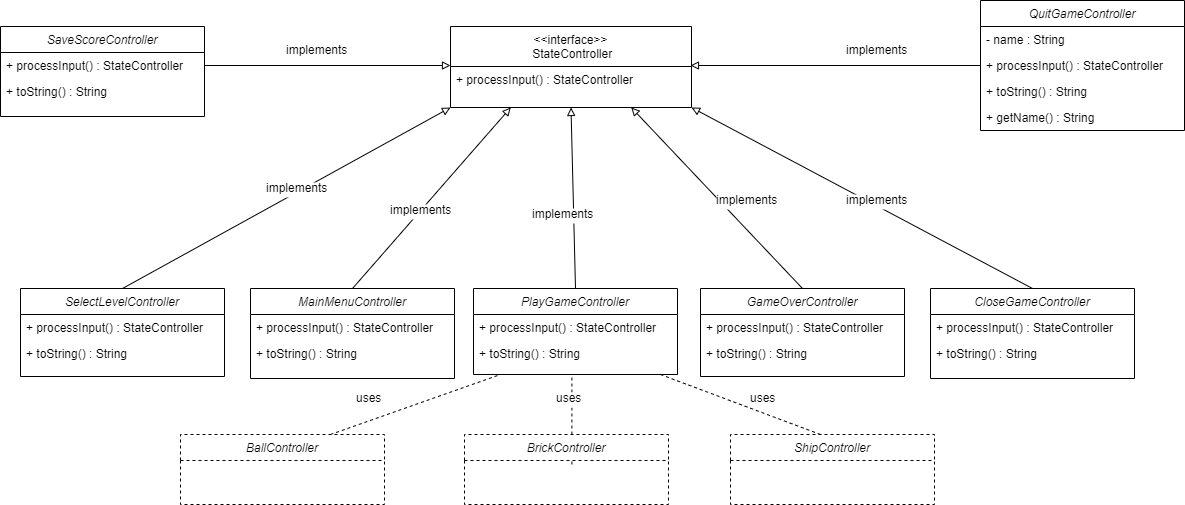
The draw.io diagram docs/state.png in ricardofdc/LPOO_19-20, before a commit. Source tidied: cells renumbered, new cells last; positions are measured from the earlier drawing's top-left corner, leaving out a move shared by most shapes.
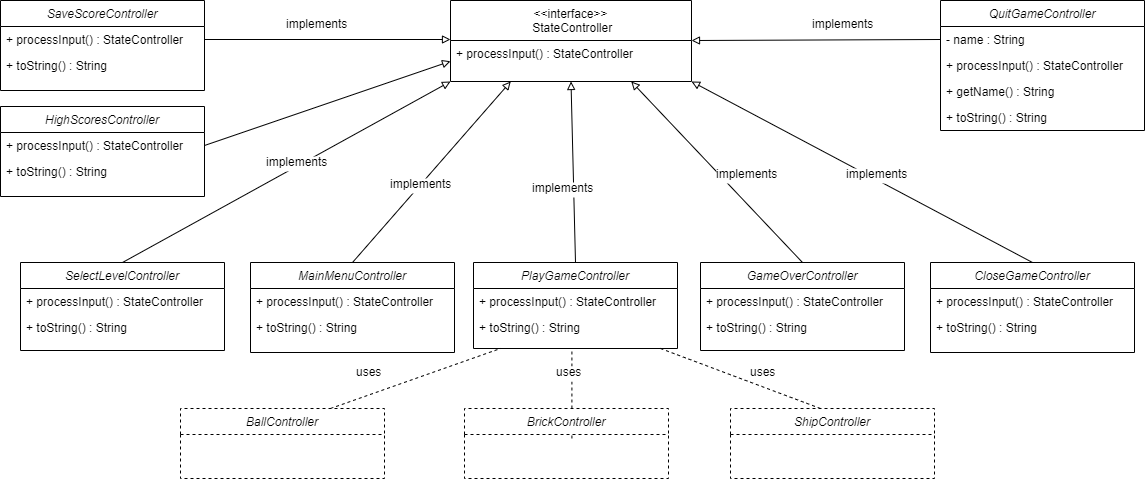
The same file after the commit.

Commit message:
update state diagram

Diff of the diagram source:
```diff
@@ -127,32 +127,15 @@
         <mxPoint x="450" y="65" as="targetPoint" />
       </mxGeometry>
     </mxCell>
-    <mxCell id="39" style="edgeStyle=orthogonalEdgeStyle;rounded=0;jettySize=auto;html=1;exitX=0;exitY=0.5;exitDx=0;exitDy=0;endArrow=block;endFill=0;" parent="1" edge="1" source="45">
-      <mxGeometry relative="1" as="geometry">
-        <mxPoint x="690" y="65" as="targetPoint" />
-      </mxGeometry>
-    </mxCell>
     <mxCell id="40" value="+ getName() : String" style="text;align=left;verticalAlign=top;spacingLeft=4;spacingRight=4;overflow=hidden;rounded=0;shadow=0;html=0;" parent="1" vertex="1">
-      <mxGeometry x="980" y="104" width="204" height="26" as="geometry" />
+      <mxGeometry x="940" y="104" width="204" height="26" as="geometry" />
     </mxCell>
     <mxCell id="41" value="implements" style="text;align=left;verticalAlign=top;spacingLeft=4;spacingRight=4;overflow=hidden;labelBackgroundColor=#ffffff;" parent="1" vertex="1">
       <mxGeometry x="280" y="36" width="80" height="26" as="geometry" />
     </mxCell>
     <mxCell id="42" value="implements" style="text;align=left;verticalAlign=top;spacingLeft=4;spacingRight=4;overflow=hidden;labelBackgroundColor=#ffffff;" parent="1" vertex="1">
-      <mxGeometry x="840" y="36" width="80" height="26" as="geometry" />
+      <mxGeometry x="806" y="36" width="80" height="26" as="geometry" />
     </mxCell>
-    <mxCell id="43" value="QuitGameController" style="swimlane;fontStyle=2;align=center;verticalAlign=top;horizontal=1;startSize=26;rounded=0;shadow=0;strokeWidth=1;" parent="1" vertex="1">
-      <mxGeometry x="980" width="204" height="130" as="geometry" />
-    </mxCell>
-    <mxCell id="44" value="- name : String" style="text;align=left;verticalAlign=top;spacingLeft=4;spacingRight=4;overflow=hidden;points=[[0,0.5],[1,0.5]];portConstraint=eastwest;rounded=0;shadow=0;html=0;" parent="43" vertex="1">
-      <mxGeometry y="26" width="204" height="26" as="geometry" />
-    </mxCell>
-    <mxCell id="45" value="+ processInput() : StateController" style="text;align=left;verticalAlign=top;spacingLeft=4;spacingRight=4;overflow=hidden;points=[[0,0.5],[1,0.5]];portConstraint=eastwest;" parent="43" vertex="1">
-      <mxGeometry y="52" width="204" height="26" as="geometry" />
-    </mxCell>
-    <mxCell id="46" value="+ toString() : String" style="text;align=left;verticalAlign=top;spacingLeft=4;spacingRight=4;overflow=hidden;rounded=0;shadow=0;html=0;" parent="43" vertex="1">
-      <mxGeometry y="78" width="204" height="26" as="geometry" />
-    </mxCell>
     <mxCell id="47" value="implements" style="text;align=left;verticalAlign=top;spacingLeft=4;spacingRight=4;overflow=hidden;labelBackgroundColor=#ffffff;" parent="1" vertex="1">
       <mxGeometry x="384" y="196" width="80" height="26" as="geometry" />
     </mxCell>
@@ -165,5 +148,32 @@
     <mxCell id="50" value="implements" style="text;align=left;verticalAlign=top;spacingLeft=4;spacingRight=4;overflow=hidden;labelBackgroundColor=#ffffff;" parent="1" vertex="1">
       <mxGeometry x="840" y="186" width="80" height="26" as="geometry" />
     </mxCell>
+    <mxCell id="51" value="HighScoresController" style="swimlane;fontStyle=2;align=center;verticalAlign=top;horizontal=1;startSize=26;rounded=0;shadow=0;strokeWidth=1;" parent="1" vertex="1">
+      <mxGeometry y="132" width="204" height="90" as="geometry" />
+    </mxCell>
+    <mxCell id="52" value="+ processInput() : StateController" style="text;align=left;verticalAlign=top;spacingLeft=4;spacingRight=4;overflow=hidden;points=[[0,0.5],[1,0.5]];portConstraint=eastwest;" parent="51" vertex="1">
+      <mxGeometry y="26" width="204" height="26" as="geometry" />
+    </mxCell>
+    <mxCell id="53" value="+ toString() : String" style="text;align=left;verticalAlign=top;spacingLeft=4;spacingRight=4;overflow=hidden;rounded=0;shadow=0;html=0;" parent="51" vertex="1">
+      <mxGeometry y="52" width="204" height="26" as="geometry" />
+    </mxCell>
+    <mxCell id="54" style="rounded=0;jettySize=auto;html=1;exitX=1;exitY=0.5;exitDx=0;exitDy=0;endArrow=block;endFill=0;entryX=0;entryY=0.75;entryDx=0;entryDy=0;" parent="1" edge="1" source="52" target="25">
+      <mxGeometry relative="1" as="geometry" />
+    </mxCell>
+    <mxCell id="55" style="edgeStyle=none;rounded=0;jettySize=auto;html=1;exitX=0;exitY=0.5;exitDx=0;exitDy=0;endArrow=block;endFill=0;" parent="1" edge="1" source="44" target="25">
+      <mxGeometry relative="1" as="geometry" />
+    </mxCell>
+    <mxCell id="46" value="+ toString() : String" style="text;align=left;verticalAlign=top;spacingLeft=4;spacingRight=4;overflow=hidden;rounded=0;shadow=0;html=0;" parent="1" vertex="1">
+      <mxGeometry x="940" y="130" width="204" height="26" as="geometry" />
+    </mxCell>
+    <mxCell id="43" value="QuitGameController" style="swimlane;fontStyle=2;align=center;verticalAlign=top;horizontal=1;startSize=26;rounded=0;shadow=0;strokeWidth=1;" parent="1" vertex="1">
+      <mxGeometry x="940" y="26" width="204" height="130" as="geometry" />
+    </mxCell>
+    <mxCell id="44" value="- name : String" style="text;align=left;verticalAlign=top;spacingLeft=4;spacingRight=4;overflow=hidden;points=[[0,0.5],[1,0.5]];portConstraint=eastwest;rounded=0;shadow=0;html=0;" parent="43" vertex="1">
+      <mxGeometry y="26" width="204" height="26" as="geometry" />
+    </mxCell>
+    <mxCell id="45" value="+ processInput() : StateController" style="text;align=left;verticalAlign=top;spacingLeft=4;spacingRight=4;overflow=hidden;points=[[0,0.5],[1,0.5]];portConstraint=eastwest;" parent="43" vertex="1">
+      <mxGeometry y="52" width="204" height="26" as="geometry" />
+    </mxCell>
   </root>
 </mxGraphModel>
```
